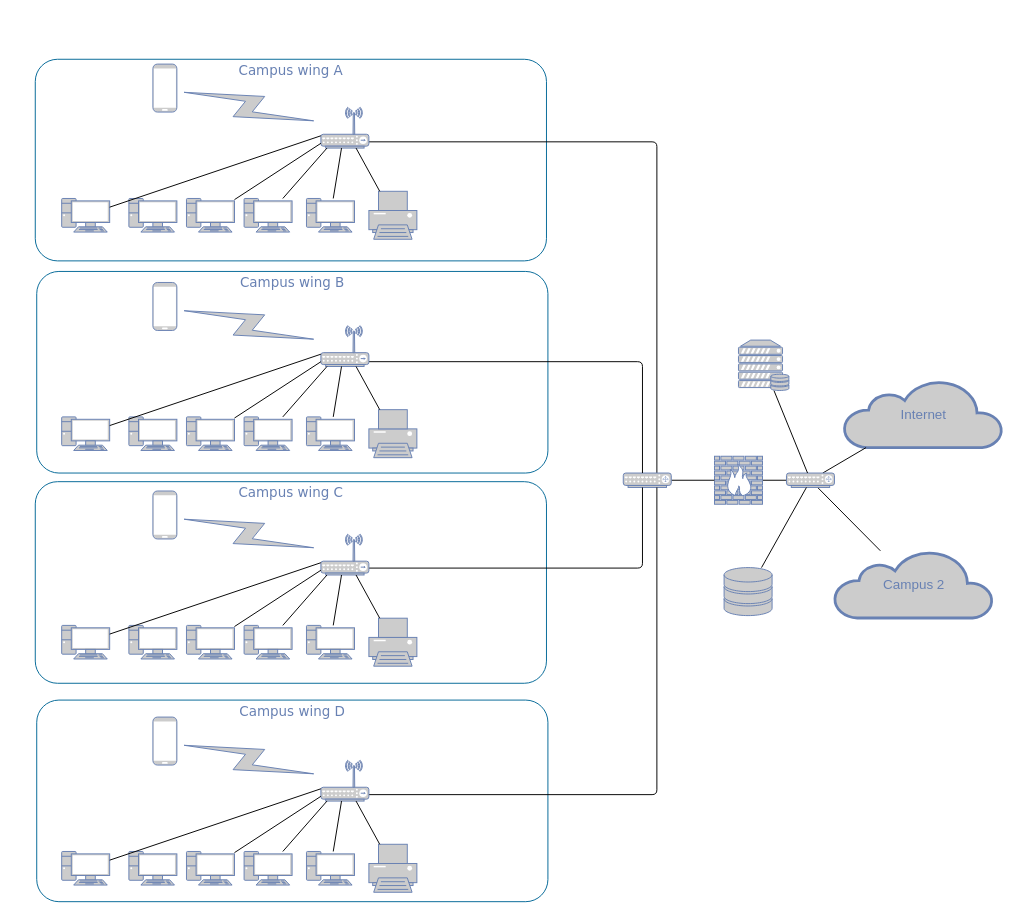
devops-run/devops-netology keeps this draw.io diagram as 03-sysadmin-08-net/Untitled Diagram.drawio. Above is the earlier version. Source tidied: cells renumbered, new cells numbered last; positions are measured from the earlier drawing's top-left corner, leaving out a move shared by most shapes. Both pictures are drawn from the tidied source at 48%, with x=0, y=0 at pixel (35, 59).
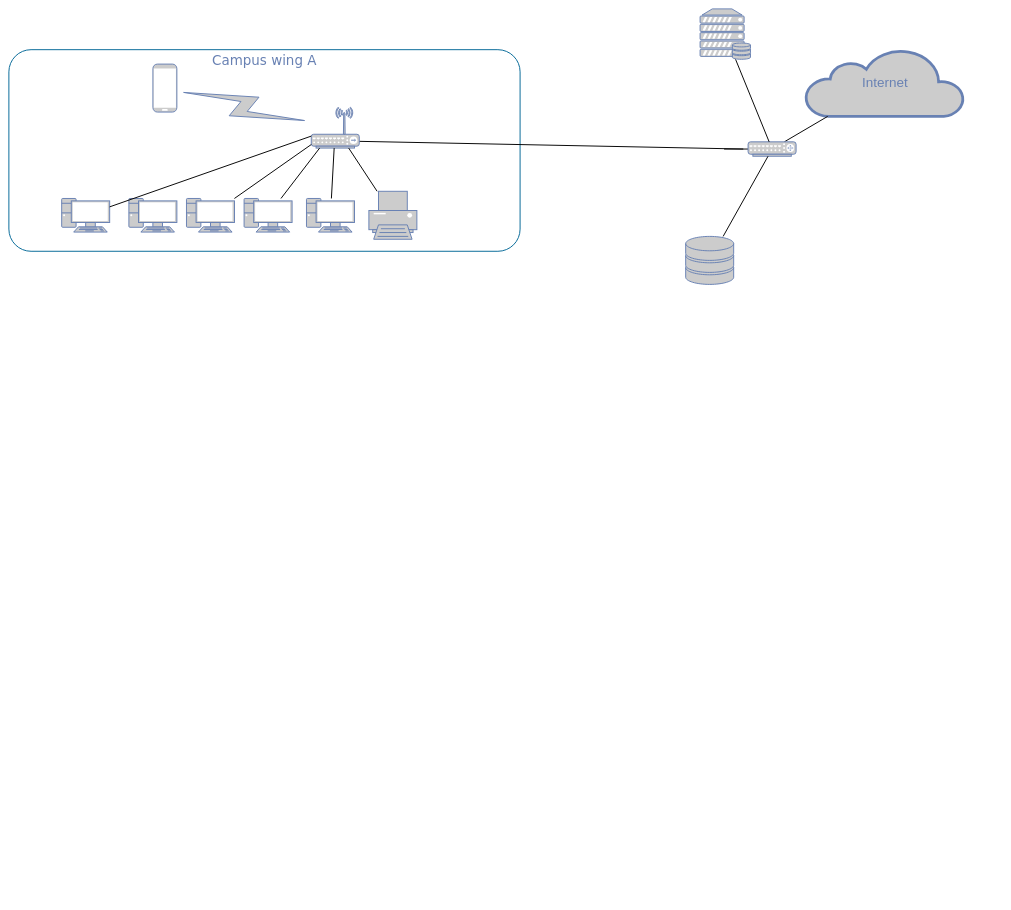
After the change.

The edit, as a diff of the source:
```diff
@@
-    <mxCell id="2" value="Campus wing D" style="rounded=1;whiteSpace=wrap;html=1;shadow=0;comic=0;strokeColor=#036897;strokeWidth=2;fillColor=none;fontFamily=Verdana;fontSize=28;fontColor=#6881B3;align=center;arcSize=11;verticalAlign=top;" parent="1" vertex="1">
-      <mxGeometry x="3" y="1335" width="1065" height="420" as="geometry" />
-    </mxCell>
-    <mxCell id="3" value="Campus wing C" style="rounded=1;whiteSpace=wrap;html=1;shadow=0;comic=0;strokeColor=#036897;strokeWidth=2;fillColor=none;fontFamily=Verdana;fontSize=28;fontColor=#6881B3;align=center;arcSize=11;verticalAlign=top;" parent="1" vertex="1">
-      <mxGeometry y="880" width="1065" height="420" as="geometry" />
-    </mxCell>
-    <mxCell id="4" value="Campus wing B" style="rounded=1;whiteSpace=wrap;html=1;shadow=0;comic=0;strokeColor=#036897;strokeWidth=2;fillColor=none;fontFamily=Verdana;fontSize=28;fontColor=#6881B3;align=center;arcSize=11;verticalAlign=top;" parent="1" vertex="1">
-      <mxGeometry x="3" y="442" width="1065" height="420" as="geometry" />
-    </mxCell>
     <mxCell id="5" value="Campus wing A" style="rounded=1;whiteSpace=wrap;html=1;shadow=0;comic=0;strokeColor=#036897;strokeWidth=2;fillColor=none;fontFamily=Verdana;fontSize=28;fontColor=#6881B3;align=center;arcSize=11;verticalAlign=top;" parent="1" vertex="1">
-      <mxGeometry width="1065" height="420" as="geometry" />
+      <mxGeometry x="-55" y="-20" width="1065" height="420" as="geometry" />
     </mxCell>
-    <mxCell id="6" style="edgeStyle=none;html=1;labelBackgroundColor=none;endArrow=none;endFill=0;strokeWidth=2;fontFamily=Verdana;fontSize=28;fontColor=#6881B3;" parent="1" edge="1" source="7" target="58">
-      <mxGeometry relative="1" as="geometry" />
+    <mxCell id="6" style="edgeStyle=none;html=1;labelBackgroundColor=none;endArrow=none;endFill=0;strokeWidth=2;fontFamily=Verdana;fontSize=28;fontColor=#6881B3;" parent="1" edge="1" target="58">
+      <mxGeometry relative="1" as="geometry">
+        <mxPoint x="1435" y="187" as="sourcePoint" />
+      </mxGeometry>
     </mxCell>
-    <mxCell id="7" style="fontColor=#0066CC;verticalAlign=top;verticalLabelPosition=bottom;labelPosition=center;align=center;html=1;fillColor=#CCCCCC;strokeColor=#6881B3;gradientColor=none;gradientDirection=north;strokeWidth=2;shape=mxgraph.networks.firewall;rounded=0;shadow=0;comic=0;" parent="1" vertex="1">
-      <mxGeometry x="1415" y="827" width="100" height="100" as="geometry" />
-    </mxCell>
-    <mxCell id="8" style="edgeStyle=orthogonalEdgeStyle;html=1;labelBackgroundColor=none;endArrow=none;endFill=0;strokeWidth=2;fontFamily=Verdana;fontSize=15;fontColor=#036897;" parent="1" edge="1" source="17" target="10">
-      <mxGeometry relative="1" as="geometry">
-        <Array as="points">
-          <mxPoint x="1295" y="172" />
-        </Array>
-      </mxGeometry>
-    </mxCell>
-    <mxCell id="9" style="edgeStyle=none;html=1;labelBackgroundColor=none;endArrow=none;endFill=0;strokeWidth=2;fontFamily=Verdana;fontSize=15;fontColor=#036897;" parent="1" edge="1" source="10" target="7">
-      <mxGeometry relative="1" as="geometry" />
+    <mxCell id="9" style="edgeStyle=none;html=1;labelBackgroundColor=none;endArrow=none;endFill=0;strokeWidth=2;fontFamily=Verdana;fontSize=15;fontColor=#036897;exitX=0.537;exitY=0.824;exitDx=0;exitDy=0;exitPerimeter=0;" parent="1" edge="1" source="17">
+      <mxGeometry relative="1" as="geometry">
+        <mxPoint x="1475" y="187" as="targetPoint" />
+      </mxGeometry>
     </mxCell>
-    <mxCell id="10" style="fontColor=#0066CC;verticalAlign=top;verticalLabelPosition=bottom;labelPosition=center;align=center;html=1;fillColor=#CCCCCC;strokeColor=#6881B3;gradientColor=none;gradientDirection=north;strokeWidth=2;shape=mxgraph.networks.router;rounded=0;shadow=0;comic=0;" parent="1" vertex="1">
-      <mxGeometry x="1225" y="862" width="100" height="30" as="geometry" />
-    </mxCell>
@@
     <mxCell id="17" style="fontColor=#0066CC;verticalAlign=top;verticalLabelPosition=bottom;labelPosition=center;align=center;html=1;fillColor=#CCCCCC;strokeColor=#6881B3;gradientColor=none;gradientDirection=north;strokeWidth=2;shape=mxgraph.networks.wireless_hub;rounded=0;shadow=0;comic=0;" parent="1" vertex="1">
-      <mxGeometry x="595" y="100" width="100" height="85" as="geometry" />
+      <mxGeometry x="575" y="100" width="100" height="85" as="geometry" />
     </mxCell>
@@
-    <mxCell id="25" style="fontColor=#0066CC;verticalAlign=top;verticalLabelPosition=bottom;labelPosition=center;align=center;html=1;fillColor=#CCCCCC;strokeColor=#6881B3;gradientColor=none;gradientDirection=north;strokeWidth=2;shape=mxgraph.networks.pc;rounded=0;shadow=0;comic=0;" parent="1" vertex="1">
-      <mxGeometry x="55" y="745" width="100" height="70" as="geometry" />
-    </mxCell>
-    <mxCell id="26" style="fontColor=#0066CC;verticalAlign=top;verticalLabelPosition=bottom;labelPosition=center;align=center;html=1;fillColor=#CCCCCC;strokeColor=#6881B3;gradientColor=none;gradientDirection=north;strokeWidth=2;shape=mxgraph.networks.pc;rounded=0;shadow=0;comic=0;" parent="1" vertex="1">
-      <mxGeometry x="195" y="745" width="100" height="70" as="geometry" />
-    </mxCell>
-    <mxCell id="27" style="fontColor=#0066CC;verticalAlign=top;verticalLabelPosition=bottom;labelPosition=center;align=center;html=1;fillColor=#CCCCCC;strokeColor=#6881B3;gradientColor=none;gradientDirection=north;strokeWidth=2;shape=mxgraph.networks.pc;rounded=0;shadow=0;comic=0;" parent="1" vertex="1">
-      <mxGeometry x="315" y="745" width="100" height="70" as="geometry" />
-    </mxCell>
-    <mxCell id="28" style="fontColor=#0066CC;verticalAlign=top;verticalLabelPosition=bottom;labelPosition=center;align=center;html=1;fillColor=#CCCCCC;strokeColor=#6881B3;gradientColor=none;gradientDirection=north;strokeWidth=2;shape=mxgraph.networks.pc;rounded=0;shadow=0;comic=0;" parent="1" vertex="1">
-      <mxGeometry x="435" y="745" width="100" height="70" as="geometry" />
-    </mxCell>
-    <mxCell id="29" style="fontColor=#0066CC;verticalAlign=top;verticalLabelPosition=bottom;labelPosition=center;align=center;html=1;fillColor=#CCCCCC;strokeColor=#6881B3;gradientColor=none;gradientDirection=north;strokeWidth=2;shape=mxgraph.networks.pc;rounded=0;shadow=0;comic=0;" parent="1" vertex="1">
-      <mxGeometry x="565" y="745" width="100" height="70" as="geometry" />
-    </mxCell>
-    <mxCell id="30" style="fontColor=#0066CC;verticalAlign=top;verticalLabelPosition=bottom;labelPosition=center;align=center;html=1;fillColor=#CCCCCC;strokeColor=#6881B3;gradientColor=none;gradientDirection=north;strokeWidth=2;shape=mxgraph.networks.printer;rounded=0;shadow=0;comic=0;" parent="1" vertex="1">
-      <mxGeometry x="695" y="730" width="100" height="100" as="geometry" />
-    </mxCell>
-    <mxCell id="31" style="edgeStyle=orthogonalEdgeStyle;html=1;labelBackgroundColor=none;endArrow=none;endFill=0;strokeWidth=2;fontFamily=Verdana;fontSize=15;fontColor=#036897;" parent="1" edge="1" source="32" target="10">
-      <mxGeometry relative="1" as="geometry">
-        <Array as="points">
-          <mxPoint x="1265" y="630" />
-        </Array>
-      </mxGeometry>
-    </mxCell>
-    <mxCell id="32" style="fontColor=#0066CC;verticalAlign=top;verticalLabelPosition=bottom;labelPosition=center;align=center;html=1;fillColor=#CCCCCC;strokeColor=#6881B3;gradientColor=none;gradientDirection=north;strokeWidth=2;shape=mxgraph.networks.wireless_hub;rounded=0;shadow=0;comic=0;" parent="1" vertex="1">
-      <mxGeometry x="595" y="555" width="100" height="85" as="geometry" />
-    </mxCell>
-    <mxCell id="33" style="edgeStyle=none;html=1;labelBackgroundColor=none;endArrow=none;endFill=0;strokeWidth=2;fontFamily=Verdana;fontSize=15;fontColor=#036897;" parent="1" edge="1" source="25" target="32">
-      <mxGeometry relative="1" as="geometry" />
-    </mxCell>
-    <mxCell id="34" style="edgeStyle=none;html=1;labelBackgroundColor=none;endArrow=none;endFill=0;strokeWidth=2;fontFamily=Verdana;fontSize=15;fontColor=#036897;" parent="1" edge="1" source="27" target="32">
-      <mxGeometry relative="1" as="geometry" />
-    </mxCell>
-    <mxCell id="35" style="edgeStyle=none;html=1;labelBackgroundColor=none;endArrow=none;endFill=0;strokeWidth=2;fontFamily=Verdana;fontSize=15;fontColor=#036897;" parent="1" edge="1" source="28" target="32">
-      <mxGeometry relative="1" as="geometry" />
-    </mxCell>
-    <mxCell id="36" style="edgeStyle=none;html=1;labelBackgroundColor=none;endArrow=none;endFill=0;strokeWidth=2;fontFamily=Verdana;fontSize=15;fontColor=#036897;" parent="1" edge="1" source="29" target="32">
-      <mxGeometry relative="1" as="geometry" />
-    </mxCell>
-    <mxCell id="37" style="edgeStyle=none;html=1;labelBackgroundColor=none;endArrow=none;endFill=0;strokeWidth=2;fontFamily=Verdana;fontSize=15;fontColor=#036897;" parent="1" edge="1" source="30" target="32">
-      <mxGeometry relative="1" as="geometry" />
-    </mxCell>
-    <mxCell id="38" style="html=1;fillColor=#CCCCCC;strokeColor=#6881B3;gradientColor=none;gradientDirection=north;strokeWidth=2;shape=mxgraph.networks.comm_link_edge;html=1;labelBackgroundColor=none;endArrow=none;endFill=0;fontFamily=Verdana;fontSize=20;" parent="1" edge="1" source="32" target="39">
-      <mxGeometry relative="1" as="geometry" />
-    </mxCell>
-    <mxCell id="39" style="fontColor=#0066CC;verticalAlign=top;verticalLabelPosition=bottom;labelPosition=center;align=center;html=1;fillColor=#CCCCCC;strokeColor=#6881B3;gradientColor=none;gradientDirection=north;strokeWidth=2;shape=mxgraph.networks.mobile;rounded=0;shadow=0;comic=0;" parent="1" vertex="1">
-      <mxGeometry x="245" y="465" width="50" height="100" as="geometry" />
-    </mxCell>
-    <mxCell id="40" style="fontColor=#0066CC;verticalAlign=top;verticalLabelPosition=bottom;labelPosition=center;align=center;html=1;fillColor=#CCCCCC;strokeColor=#6881B3;gradientColor=none;gradientDirection=north;strokeWidth=2;shape=mxgraph.networks.pc;rounded=0;shadow=0;comic=0;" parent="1" vertex="1">
-      <mxGeometry x="55" y="1179.4" width="100" height="70" as="geometry" />
-    </mxCell>
-    <mxCell id="41" style="fontColor=#0066CC;verticalAlign=top;verticalLabelPosition=bottom;labelPosition=center;align=center;html=1;fillColor=#CCCCCC;strokeColor=#6881B3;gradientColor=none;gradientDirection=north;strokeWidth=2;shape=mxgraph.networks.pc;rounded=0;shadow=0;comic=0;" parent="1" vertex="1">
-      <mxGeometry x="195" y="1179.4" width="100" height="70" as="geometry" />
-    </mxCell>
-    <mxCell id="42" style="fontColor=#0066CC;verticalAlign=top;verticalLabelPosition=bottom;labelPosition=center;align=center;html=1;fillColor=#CCCCCC;strokeColor=#6881B3;gradientColor=none;gradientDirection=north;strokeWidth=2;shape=mxgraph.networks.pc;rounded=0;shadow=0;comic=0;" parent="1" vertex="1">
-      <mxGeometry x="315" y="1179.4" width="100" height="70" as="geometry" />
-    </mxCell>
-    <mxCell id="43" style="fontColor=#0066CC;verticalAlign=top;verticalLabelPosition=bottom;labelPosition=center;align=center;html=1;fillColor=#CCCCCC;strokeColor=#6881B3;gradientColor=none;gradientDirection=north;strokeWidth=2;shape=mxgraph.networks.pc;rounded=0;shadow=0;comic=0;" parent="1" vertex="1">
-      <mxGeometry x="435" y="1179.4" width="100" height="70" as="geometry" />
-    </mxCell>
-    <mxCell id="44" style="fontColor=#0066CC;verticalAlign=top;verticalLabelPosition=bottom;labelPosition=center;align=center;html=1;fillColor=#CCCCCC;strokeColor=#6881B3;gradientColor=none;gradientDirection=north;strokeWidth=2;shape=mxgraph.networks.pc;rounded=0;shadow=0;comic=0;" parent="1" vertex="1">
-      <mxGeometry x="565" y="1179.4" width="100" height="70" as="geometry" />
-    </mxCell>
-    <mxCell id="45" style="fontColor=#0066CC;verticalAlign=top;verticalLabelPosition=bottom;labelPosition=center;align=center;html=1;fillColor=#CCCCCC;strokeColor=#6881B3;gradientColor=none;gradientDirection=north;strokeWidth=2;shape=mxgraph.networks.printer;rounded=0;shadow=0;comic=0;" parent="1" vertex="1">
-      <mxGeometry x="695" y="1164.4" width="100" height="100" as="geometry" />
-    </mxCell>
-    <mxCell id="46" style="edgeStyle=orthogonalEdgeStyle;html=1;labelBackgroundColor=none;endArrow=none;endFill=0;strokeWidth=2;fontFamily=Verdana;fontSize=15;fontColor=#036897;" parent="1" edge="1" source="47" target="10">
-      <mxGeometry relative="1" as="geometry">
-        <Array as="points">
-          <mxPoint x="1265" y="1060" />
-        </Array>
-      </mxGeometry>
-    </mxCell>
-    <mxCell id="47" style="fontColor=#0066CC;verticalAlign=top;verticalLabelPosition=bottom;labelPosition=center;align=center;html=1;fillColor=#CCCCCC;strokeColor=#6881B3;gradientColor=none;gradientDirection=north;strokeWidth=2;shape=mxgraph.networks.wireless_hub;rounded=0;shadow=0;comic=0;" parent="1" vertex="1">
-      <mxGeometry x="595" y="989.4" width="100" height="85" as="geometry" />
-    </mxCell>
-    <mxCell id="48" style="edgeStyle=none;html=1;labelBackgroundColor=none;endArrow=none;endFill=0;strokeWidth=2;fontFamily=Verdana;fontSize=15;fontColor=#036897;" parent="1" edge="1" source="40" target="47">
-      <mxGeometry relative="1" as="geometry" />
-    </mxCell>
-    <mxCell id="49" style="edgeStyle=none;html=1;labelBackgroundColor=none;endArrow=none;endFill=0;strokeWidth=2;fontFamily=Verdana;fontSize=15;fontColor=#036897;" parent="1" edge="1" source="42" target="47">
-      <mxGeometry relative="1" as="geometry" />
-    </mxCell>
-    <mxCell id="50" style="edgeStyle=none;html=1;labelBackgroundColor=none;endArrow=none;endFill=0;strokeWidth=2;fontFamily=Verdana;fontSize=15;fontColor=#036897;" parent="1" edge="1" source="43" target="47">
-      <mxGeometry relative="1" as="geometry" />
-    </mxCell>
-    <mxCell id="51" style="edgeStyle=none;html=1;labelBackgroundColor=none;endArrow=none;endFill=0;strokeWidth=2;fontFamily=Verdana;fontSize=15;fontColor=#036897;" parent="1" edge="1" source="44" target="47">
-      <mxGeometry relative="1" as="geometry" />
-    </mxCell>
-    <mxCell id="52" style="edgeStyle=none;html=1;labelBackgroundColor=none;endArrow=none;endFill=0;strokeWidth=2;fontFamily=Verdana;fontSize=15;fontColor=#036897;" parent="1" edge="1" source="45" target="47">
-      <mxGeometry relative="1" as="geometry" />
-    </mxCell>
-    <mxCell id="53" style="html=1;fillColor=#CCCCCC;strokeColor=#6881B3;gradientColor=none;gradientDirection=north;strokeWidth=2;shape=mxgraph.networks.comm_link_edge;html=1;labelBackgroundColor=none;endArrow=none;endFill=0;fontFamily=Verdana;fontSize=20;" parent="1" edge="1" source="47" target="54">
-      <mxGeometry relative="1" as="geometry" />
-    </mxCell>
-    <mxCell id="54" style="fontColor=#0066CC;verticalAlign=top;verticalLabelPosition=bottom;labelPosition=center;align=center;html=1;fillColor=#CCCCCC;strokeColor=#6881B3;gradientColor=none;gradientDirection=north;strokeWidth=2;shape=mxgraph.networks.mobile;rounded=0;shadow=0;comic=0;" parent="1" vertex="1">
-      <mxGeometry x="245" y="899.4" width="50" height="100" as="geometry" />
-    </mxCell>
     <mxCell id="55" value="Internet" style="html=1;fillColor=#CCCCCC;strokeColor=#6881B3;gradientColor=none;gradientDirection=north;strokeWidth=2;shape=mxgraph.networks.cloud;fontColor=#6881B3;rounded=0;shadow=0;comic=0;align=center;fontSize=28;" parent="1" vertex="1">
-      <mxGeometry x="1685" y="669" width="330" height="140" as="geometry" />
+      <mxGeometry x="1605" y="-21" width="330" height="140" as="geometry" />
     </mxCell>
@@
-    <mxCell id="57" style="edgeStyle=none;html=1;labelBackgroundColor=none;endArrow=none;endFill=0;strokeWidth=2;fontFamily=Verdana;fontSize=28;fontColor=#6881B3;" parent="1" edge="1" source="58" target="78">
-      <mxGeometry relative="1" as="geometry" />
-    </mxCell>
     <mxCell id="58" style="fontColor=#0066CC;verticalAlign=top;verticalLabelPosition=bottom;labelPosition=center;align=center;html=1;fillColor=#CCCCCC;strokeColor=#6881B3;gradientColor=none;gradientDirection=north;strokeWidth=2;shape=mxgraph.networks.router;rounded=0;shadow=0;comic=0;" parent="1" vertex="1">
-      <mxGeometry x="1565" y="862" width="100" height="30" as="geometry" />
+      <mxGeometry x="1485" y="172" width="100" height="30" as="geometry" />
     </mxCell>
@@
     <mxCell id="60" style="fontColor=#0066CC;verticalAlign=top;verticalLabelPosition=bottom;labelPosition=center;align=center;html=1;fillColor=#CCCCCC;strokeColor=#6881B3;gradientColor=none;gradientDirection=north;strokeWidth=2;shape=mxgraph.networks.storage;rounded=0;shadow=0;comic=0;" parent="1" vertex="1">
-      <mxGeometry x="1435" y="1059" width="100" height="100" as="geometry" />
+      <mxGeometry x="1355" y="369" width="100" height="100" as="geometry" />
     </mxCell>
@@
     <mxCell id="62" style="fontColor=#0066CC;verticalAlign=top;verticalLabelPosition=bottom;labelPosition=center;align=center;html=1;fillColor=#CCCCCC;strokeColor=#6881B3;gradientColor=none;gradientDirection=north;strokeWidth=2;shape=mxgraph.networks.server_storage;rounded=0;shadow=0;comic=0;" parent="1" vertex="1">
-      <mxGeometry x="1465" y="585" width="105" height="105" as="geometry" />
+      <mxGeometry x="1385" y="-105" width="105" height="105" as="geometry" />
     </mxCell>
-    <mxCell id="63" style="fontColor=#0066CC;verticalAlign=top;verticalLabelPosition=bottom;labelPosition=center;align=center;html=1;fillColor=#CCCCCC;strokeColor=#6881B3;gradientColor=none;gradientDirection=north;strokeWidth=2;shape=mxgraph.networks.pc;rounded=0;shadow=0;comic=0;" parent="1" vertex="1">
-      <mxGeometry x="55" y="1650.4" width="100" height="70" as="geometry" />
-    </mxCell>
-    <mxCell id="64" style="fontColor=#0066CC;verticalAlign=top;verticalLabelPosition=bottom;labelPosition=center;align=center;html=1;fillColor=#CCCCCC;strokeColor=#6881B3;gradientColor=none;gradientDirection=north;strokeWidth=2;shape=mxgraph.networks.pc;rounded=0;shadow=0;comic=0;" parent="1" vertex="1">
-      <mxGeometry x="195" y="1650.4" width="100" height="70" as="geometry" />
-    </mxCell>
-    <mxCell id="65" style="fontColor=#0066CC;verticalAlign=top;verticalLabelPosition=bottom;labelPosition=center;align=center;html=1;fillColor=#CCCCCC;strokeColor=#6881B3;gradientColor=none;gradientDirection=north;strokeWidth=2;shape=mxgraph.networks.pc;rounded=0;shadow=0;comic=0;" parent="1" vertex="1">
-      <mxGeometry x="315" y="1650.4" width="100" height="70" as="geometry" />
-    </mxCell>
-    <mxCell id="66" style="fontColor=#0066CC;verticalAlign=top;verticalLabelPosition=bottom;labelPosition=center;align=center;html=1;fillColor=#CCCCCC;strokeColor=#6881B3;gradientColor=none;gradientDirection=north;strokeWidth=2;shape=mxgraph.networks.pc;rounded=0;shadow=0;comic=0;" parent="1" vertex="1">
-      <mxGeometry x="435" y="1650.4" width="100" height="70" as="geometry" />
-    </mxCell>
-    <mxCell id="67" style="fontColor=#0066CC;verticalAlign=top;verticalLabelPosition=bottom;labelPosition=center;align=center;html=1;fillColor=#CCCCCC;strokeColor=#6881B3;gradientColor=none;gradientDirection=north;strokeWidth=2;shape=mxgraph.networks.pc;rounded=0;shadow=0;comic=0;" parent="1" vertex="1">
-      <mxGeometry x="565" y="1650.4" width="100" height="70" as="geometry" />
-    </mxCell>
-    <mxCell id="68" style="fontColor=#0066CC;verticalAlign=top;verticalLabelPosition=bottom;labelPosition=center;align=center;html=1;fillColor=#CCCCCC;strokeColor=#6881B3;gradientColor=none;gradientDirection=north;strokeWidth=2;shape=mxgraph.networks.printer;rounded=0;shadow=0;comic=0;" parent="1" vertex="1">
-      <mxGeometry x="695" y="1635.4" width="100" height="100" as="geometry" />
-    </mxCell>
-    <mxCell id="69" style="edgeStyle=orthogonalEdgeStyle;html=1;labelBackgroundColor=none;endArrow=none;endFill=0;strokeWidth=2;fontFamily=Verdana;fontSize=28;fontColor=#6881B3;" parent="1" edge="1" source="70" target="10">
-      <mxGeometry relative="1" as="geometry">
-        <Array as="points">
-          <mxPoint x="1295" y="1532" />
-        </Array>
-      </mxGeometry>
-    </mxCell>
-    <mxCell id="70" style="fontColor=#0066CC;verticalAlign=top;verticalLabelPosition=bottom;labelPosition=center;align=center;html=1;fillColor=#CCCCCC;strokeColor=#6881B3;gradientColor=none;gradientDirection=north;strokeWidth=2;shape=mxgraph.networks.wireless_hub;rounded=0;shadow=0;comic=0;" parent="1" vertex="1">
-      <mxGeometry x="595" y="1460.4" width="100" height="85" as="geometry" />
-    </mxCell>
-    <mxCell id="71" style="edgeStyle=none;html=1;labelBackgroundColor=none;endArrow=none;endFill=0;strokeWidth=2;fontFamily=Verdana;fontSize=15;fontColor=#036897;" parent="1" edge="1" source="63" target="70">
-      <mxGeometry relative="1" as="geometry" />
-    </mxCell>
-    <mxCell id="72" style="edgeStyle=none;html=1;labelBackgroundColor=none;endArrow=none;endFill=0;strokeWidth=2;fontFamily=Verdana;fontSize=15;fontColor=#036897;" parent="1" edge="1" source="65" target="70">
-      <mxGeometry relative="1" as="geometry" />
-    </mxCell>
-    <mxCell id="73" style="edgeStyle=none;html=1;labelBackgroundColor=none;endArrow=none;endFill=0;strokeWidth=2;fontFamily=Verdana;fontSize=15;fontColor=#036897;" parent="1" edge="1" source="66" target="70">
-      <mxGeometry relative="1" as="geometry" />
-    </mxCell>
-    <mxCell id="74" style="edgeStyle=none;html=1;labelBackgroundColor=none;endArrow=none;endFill=0;strokeWidth=2;fontFamily=Verdana;fontSize=15;fontColor=#036897;" parent="1" edge="1" source="67" target="70">
-      <mxGeometry relative="1" as="geometry" />
-    </mxCell>
-    <mxCell id="75" style="edgeStyle=none;html=1;labelBackgroundColor=none;endArrow=none;endFill=0;strokeWidth=2;fontFamily=Verdana;fontSize=15;fontColor=#036897;" parent="1" edge="1" source="68" target="70">
-      <mxGeometry relative="1" as="geometry" />
-    </mxCell>
-    <mxCell id="76" style="html=1;fillColor=#CCCCCC;strokeColor=#6881B3;gradientColor=none;gradientDirection=north;strokeWidth=2;shape=mxgraph.networks.comm_link_edge;html=1;labelBackgroundColor=none;endArrow=none;endFill=0;fontFamily=Verdana;fontSize=20;" parent="1" edge="1" source="70" target="77">
-      <mxGeometry relative="1" as="geometry" />
-    </mxCell>
-    <mxCell id="77" style="fontColor=#0066CC;verticalAlign=top;verticalLabelPosition=bottom;labelPosition=center;align=center;html=1;fillColor=#CCCCCC;strokeColor=#6881B3;gradientColor=none;gradientDirection=north;strokeWidth=2;shape=mxgraph.networks.mobile;rounded=0;shadow=0;comic=0;" parent="1" vertex="1">
-      <mxGeometry x="245" y="1370.4" width="50" height="100" as="geometry" />
-    </mxCell>
-    <mxCell id="78" value="Campus 2" style="html=1;fillColor=#CCCCCC;strokeColor=#6881B3;gradientColor=none;gradientDirection=north;strokeWidth=2;shape=mxgraph.networks.cloud;fontColor=#6881B3;rounded=0;shadow=0;comic=0;align=center;fontSize=28;" parent="1" vertex="1">
-      <mxGeometry x="1665" y="1024" width="330" height="140" as="geometry" />
-    </mxCell>
```
